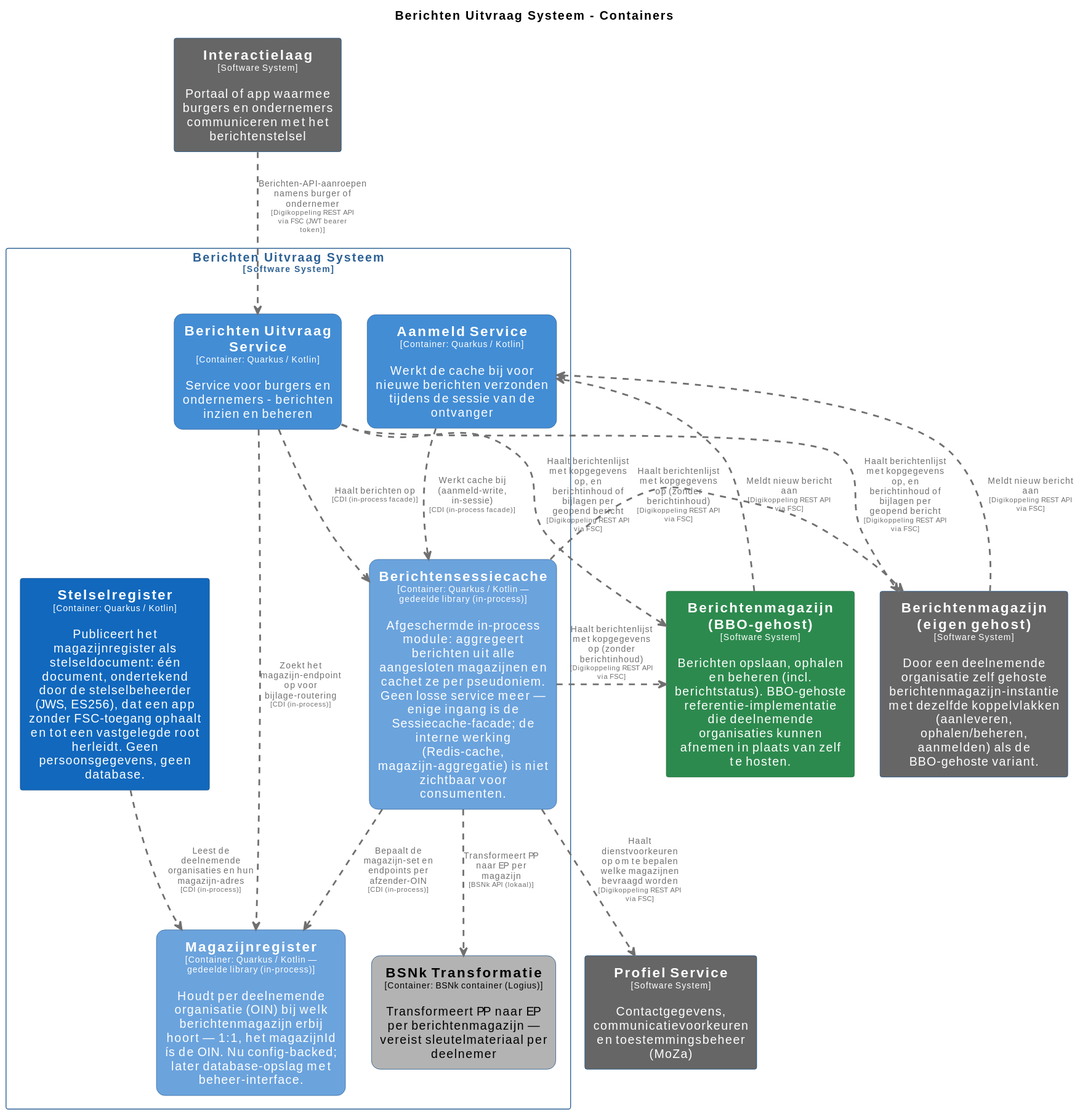
MinBZK/moza-poc-fbs-berichtenbox keeps this PlantUML diagram as pr-preview/pr-361/master/svg/BerichtenUitvraagSysteemContainers.svg. Above is the earlier version. Its source is kept beside it as pr-preview/pr-361/master/puml/BerichtenUitvraagSysteemContainers.puml. Its diagram source:
```plantuml
@startuml
set separator none
title Berichten Uitvraag Systeem - Containers

top to bottom direction
skinparam ranksep 60
skinparam nodesep 30

skinparam {
  arrowFontSize 10
  defaultTextAlignment center
  wrapWidth 200
  maxMessageSize 100
}

hide stereotype

skinparam rectangle<<BerichtenUitvraagSysteem.AanmeldService>> {
  BackgroundColor #438dd5
  FontColor #ffffff
  BorderColor #2e6295
  roundCorner 20
  shadowing false
}
skinparam rectangle<<BerichtenUitvraagSysteem.BSNkTransformatie>> {
  BackgroundColor #b3b3b3
  FontColor #000000
  BorderColor #0b4884
  roundCorner 20
  shadowing false
}
skinparam rectangle<<BerichtenUitvraagSysteem.BerichtenUitvraagService>> {
  BackgroundColor #438dd5
  FontColor #ffffff
  BorderColor #2e6295
  roundCorner 20
  shadowing false
}
skinparam rectangle<<BerichtenmagazijnBBOgehost>> {
  BackgroundColor #2d8a4e
  FontColor #ffffff
  BorderColor #1e6b38
  shadowing false
}
skinparam rectangle<<Berichtenmagazijneigengehost>> {
  BackgroundColor #666666
  FontColor #ffffff
  BorderColor #0b4884
  shadowing false
}
skinparam rectangle<<BerichtenUitvraagSysteem.Berichtensessiecache>> {
  BackgroundColor #6ba3dd
  FontColor #ffffff
  BorderColor #2e6295
  roundCorner 20
  shadowing false
}
skinparam rectangle<<Interactielaag>> {
  BackgroundColor #666666
  FontColor #ffffff
  BorderColor #0b4884
  shadowing false
}
skinparam rectangle<<BerichtenUitvraagSysteem.Magazijnregister>> {
  BackgroundColor #6ba3dd
  FontColor #ffffff
  BorderColor #2e6295
  roundCorner 20
  shadowing false
}
skinparam rectangle<<ProfielService>> {
  BackgroundColor #666666
  FontColor #ffffff
  BorderColor #0b4884
  shadowing false
}
skinparam rectangle<<BerichtenUitvraagSysteem.Stelselregister>> {
  BackgroundColor #1168bd
  FontColor #ffffff
  BorderColor #0b4884
  shadowing false
}
skinparam rectangle<<BerichtenUitvraagSysteem>> {
  BorderColor #2e6295
  FontColor #2e6295
  shadowing false
}

rectangle "==Profiel Service\n<size:10>[Software System]</size>\n\nContactgegevens, communicatievoorkeuren en toestemmingsbeheer (MoZa)" <<ProfielService>> as ProfielService
rectangle "==Interactielaag\n<size:10>[Software System]</size>\n\nPortaal of app waarmee burgers en ondernemers communiceren met het berichtenstelsel" <<Interactielaag>> as Interactielaag
rectangle "==Berichtenmagazijn (eigen gehost)\n<size:10>[Software System]</size>\n\nDoor een deelnemende organisatie zelf gehoste berichtenmagazijn-instantie met dezelfde koppelvlakken (aanleveren, ophalen/beheren, aanmelden) als de BBO-gehoste variant." <<Berichtenmagazijneigengehost>> as Berichtenmagazijneigengehost
rectangle "==Berichtenmagazijn (BBO-gehost)\n<size:10>[Software System]</size>\n\nBerichten opslaan, ophalen en beheren (incl. berichtstatus). BBO-gehoste referentie-implementatie die deelnemende organisaties kunnen afnemen in plaats van zelf te hosten." <<BerichtenmagazijnBBOgehost>> as BerichtenmagazijnBBOgehost

rectangle "Berichten Uitvraag Systeem\n<size:10>[Software System]</size>" <<BerichtenUitvraagSysteem>> {
  rectangle "==Berichtensessiecache\n<size:10>[Container: Quarkus / Kotlin — gedeelde library (in-process)]</size>\n\nAfgeschermde in-process module: aggregeert berichten uit alle aangesloten magazijnen en cachet ze per pseudoniem. Geen losse service meer — enige ingang is de Sessiecache-facade; de interne werking (Redis-cache, magazijn-aggregatie) is niet zichtbaar voor consumenten." <<BerichtenUitvraagSysteem.Berichtensessiecache>> as BerichtenUitvraagSysteem.Berichtensessiecache
  rectangle "==Berichten Uitvraag Service\n<size:10>[Container: Quarkus / Kotlin]</size>\n\nService voor burgers en ondernemers - berichten inzien en beheren" <<BerichtenUitvraagSysteem.BerichtenUitvraagService>> as BerichtenUitvraagSysteem.BerichtenUitvraagService
  rectangle "==BSNk Transformatie\n<size:10>[Container: BSNk container (Logius)]</size>\n\nTransformeert PP naar EP per berichtenmagazijn — vereist sleutelmateriaal per deelnemer" <<BerichtenUitvraagSysteem.BSNkTransformatie>> as BerichtenUitvraagSysteem.BSNkTransformatie
  rectangle "==Aanmeld Service\n<size:10>[Container: Quarkus / Kotlin]</size>\n\nWerkt de cache bij voor nieuwe berichten verzonden tijdens de sessie van de ontvanger" <<BerichtenUitvraagSysteem.AanmeldService>> as BerichtenUitvraagSysteem.AanmeldService
  rectangle "==Magazijnregister\n<size:10>[Container: Quarkus / Kotlin — gedeelde library (in-process)]</size>\n\nHoudt per deelnemende organisatie (OIN) bij welk berichtenmagazijn erbij hoort — 1:1, het magazijnId ís de OIN. Nu config-backed; later database-opslag met beheer-interface." <<BerichtenUitvraagSysteem.Magazijnregister>> as BerichtenUitvraagSysteem.Magazijnregister
  rectangle "==Stelselregister\n<size:10>[Container: Quarkus / Kotlin]</size>\n\nPubliceert het magazijnregister als stelseldocument: één document, ondertekend door de stelselbeheerder (JWS, ES256), dat een app zonder FSC-toegang ophaalt en tot een vastgelegde root herleidt. Geen persoonsgegevens, geen database." <<BerichtenUitvraagSysteem.Stelselregister>> as BerichtenUitvraagSysteem.Stelselregister
}

Interactielaag .[#707070,thickness=2].> BerichtenUitvraagSysteem.BerichtenUitvraagService : "<color:#707070>Berichten-API-aanroepen namens burger of ondernemer\n<color:#707070><size:8>[Digikoppeling REST API via FSC (JWT bearer token)]</size>"
BerichtenUitvraagSysteem.BerichtenUitvraagService .[#707070,thickness=2].> BerichtenmagazijnBBOgehost : "<color:#707070>Haalt berichtenlijst met kopgegevens op, en berichtinhoud of bijlagen per geopend bericht\n<color:#707070><size:8>[Digikoppeling REST API via FSC]</size>"
BerichtenmagazijnBBOgehost .[#707070,thickness=2].> BerichtenUitvraagSysteem.AanmeldService : "<color:#707070>Meldt nieuw bericht aan\n<color:#707070><size:8>[Digikoppeling REST API via FSC]</size>"
BerichtenUitvraagSysteem.BerichtenUitvraagService .[#707070,thickness=2].> Berichtenmagazijneigengehost : "<color:#707070>Haalt berichtenlijst met kopgegevens op, en berichtinhoud of bijlagen per geopend bericht\n<color:#707070><size:8>[Digikoppeling REST API via FSC]</size>"
BerichtenUitvraagSysteem.Berichtensessiecache .[#707070,thickness=2].> Berichtenmagazijneigengehost : "<color:#707070>Haalt berichtenlijst met kopgegevens op (zonder berichtinhoud)\n<color:#707070><size:8>[Digikoppeling REST API via FSC]</size>"
Berichtenmagazijneigengehost .[#707070,thickness=2].> BerichtenUitvraagSysteem.AanmeldService : "<color:#707070>Meldt nieuw bericht aan\n<color:#707070><size:8>[Digikoppeling REST API via FSC]</size>"
BerichtenUitvraagSysteem.Berichtensessiecache .[#707070,thickness=2].> ProfielService : "<color:#707070>Haalt dienstvoorkeuren op om te bepalen welke magazijnen bevraagd worden\n<color:#707070><size:8>[Digikoppeling REST API via FSC]</size>"
BerichtenUitvraagSysteem.Berichtensessiecache .[#707070,thickness=2].> BerichtenmagazijnBBOgehost : "<color:#707070>Haalt berichtenlijst met kopgegevens op (zonder berichtinhoud)\n<color:#707070><size:8>[Digikoppeling REST API via FSC]</size>"
BerichtenUitvraagSysteem.Stelselregister .[#707070,thickness=2].> BerichtenUitvraagSysteem.Magazijnregister : "<color:#707070>Leest de deelnemende organisaties en hun magazijn-adres\n<color:#707070><size:8>[CDI (in-process)]</size>"
BerichtenUitvraagSysteem.Berichtensessiecache .[#707070,thickness=2].> BerichtenUitvraagSysteem.BSNkTransformatie : "<color:#707070>Transformeert PP naar EP per magazijn\n<color:#707070><size:8>[BSNk API (lokaal)]</size>"
BerichtenUitvraagSysteem.AanmeldService .[#707070,thickness=2].> BerichtenUitvraagSysteem.Berichtensessiecache : "<color:#707070>Werkt cache bij (aanmeld-write, in-sessie)\n<color:#707070><size:8>[CDI (in-process facade)]</size>"
BerichtenUitvraagSysteem.BerichtenUitvraagService .[#707070,thickness=2].> BerichtenUitvraagSysteem.Berichtensessiecache : "<color:#707070>Haalt berichten op\n<color:#707070><size:8>[CDI (in-process facade)]</size>"
BerichtenUitvraagSysteem.Berichtensessiecache .[#707070,thickness=2].> BerichtenUitvraagSysteem.Magazijnregister : "<color:#707070>Bepaalt de magazijn-set en endpoints per afzender-OIN\n<color:#707070><size:8>[CDI (in-process)]</size>"
BerichtenUitvraagSysteem.BerichtenUitvraagService .[#707070,thickness=2].> BerichtenUitvraagSysteem.Magazijnregister : "<color:#707070>Zoekt het magazijn-endpoint op voor bijlage-routering\n<color:#707070><size:8>[CDI (in-process)]</size>"
@enduml
```
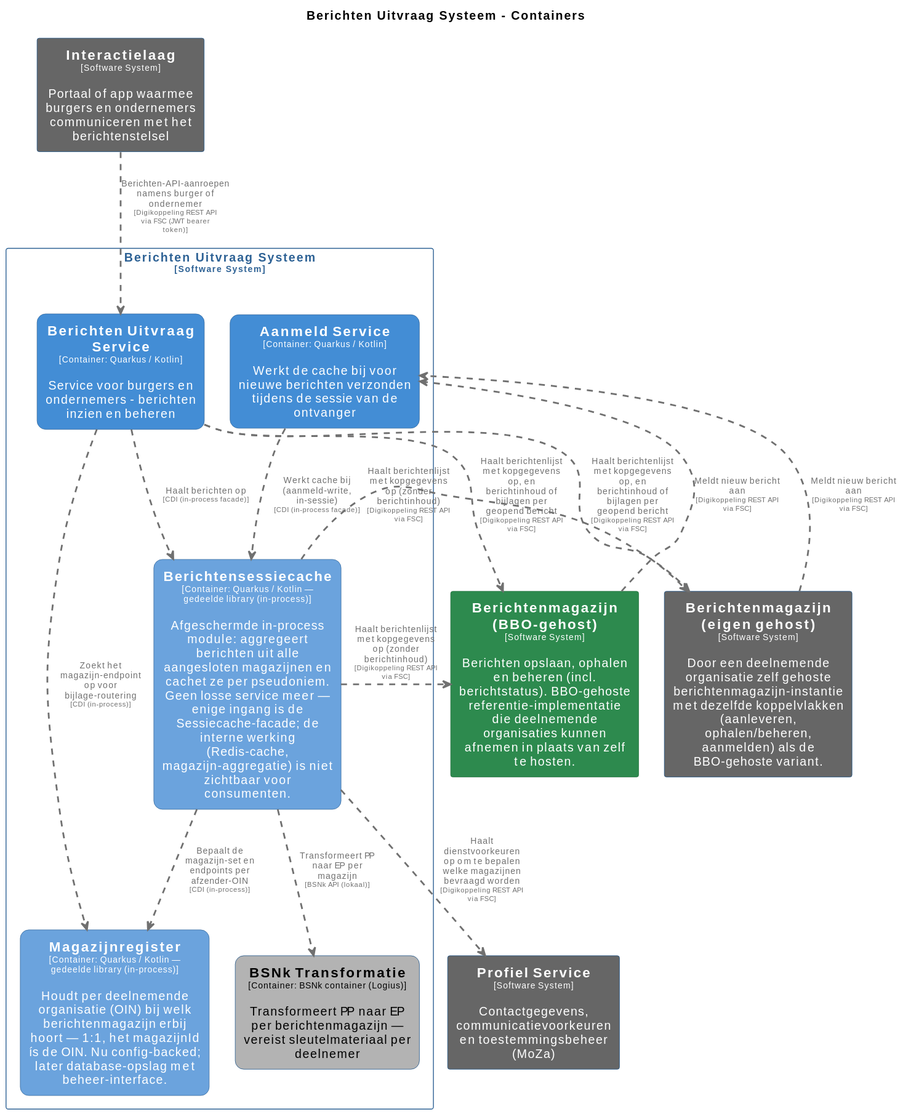
After the commit.

Change to the diagram source:
```diff
@@ -74,12 +74,6 @@
   BorderColor #0b4884
   shadowing false
 }
-skinparam rectangle<<BerichtenUitvraagSysteem.Stelselregister>> {
-  BackgroundColor #1168bd
-  FontColor #ffffff
-  BorderColor #0b4884
-  shadowing false
-}
 skinparam rectangle<<BerichtenUitvraagSysteem>> {
   BorderColor #2e6295
   FontColor #2e6295
@@ -97,7 +91,6 @@
   rectangle "==BSNk Transformatie\n<size:10>[Container: BSNk container (Logius)]</size>\n\nTransformeert PP naar EP per berichtenmagazijn — vereist sleutelmateriaal per deelnemer" <<BerichtenUitvraagSysteem.BSNkTransformatie>> as BerichtenUitvraagSysteem.BSNkTransformatie
   rectangle "==Aanmeld Service\n<size:10>[Container: Quarkus / Kotlin]</size>\n\nWerkt de cache bij voor nieuwe berichten verzonden tijdens de sessie van de ontvanger" <<BerichtenUitvraagSysteem.AanmeldService>> as BerichtenUitvraagSysteem.AanmeldService
   rectangle "==Magazijnregister\n<size:10>[Container: Quarkus / Kotlin — gedeelde library (in-process)]</size>\n\nHoudt per deelnemende organisatie (OIN) bij welk berichtenmagazijn erbij hoort — 1:1, het magazijnId ís de OIN. Nu config-backed; later database-opslag met beheer-interface." <<BerichtenUitvraagSysteem.Magazijnregister>> as BerichtenUitvraagSysteem.Magazijnregister
-  rectangle "==Stelselregister\n<size:10>[Container: Quarkus / Kotlin]</size>\n\nPubliceert het magazijnregister als stelseldocument: één document, ondertekend door de stelselbeheerder (JWS, ES256), dat een app zonder FSC-toegang ophaalt en tot een vastgelegde root herleidt. Geen persoonsgegevens, geen database." <<BerichtenUitvraagSysteem.Stelselregister>> as BerichtenUitvraagSysteem.Stelselregister
 }
 
 Interactielaag .[#707070,thickness=2].> BerichtenUitvraagSysteem.BerichtenUitvraagService : "<color:#707070>Berichten-API-aanroepen namens burger of ondernemer\n<color:#707070><size:8>[Digikoppeling REST API via FSC (JWT bearer token)]</size>"
@@ -108,7 +101,6 @@
 Berichtenmagazijneigengehost .[#707070,thickness=2].> BerichtenUitvraagSysteem.AanmeldService : "<color:#707070>Meldt nieuw bericht aan\n<color:#707070><size:8>[Digikoppeling REST API via FSC]</size>"
 BerichtenUitvraagSysteem.Berichtensessiecache .[#707070,thickness=2].> ProfielService : "<color:#707070>Haalt dienstvoorkeuren op om te bepalen welke magazijnen bevraagd worden\n<color:#707070><size:8>[Digikoppeling REST API via FSC]</size>"
 BerichtenUitvraagSysteem.Berichtensessiecache .[#707070,thickness=2].> BerichtenmagazijnBBOgehost : "<color:#707070>Haalt berichtenlijst met kopgegevens op (zonder berichtinhoud)\n<color:#707070><size:8>[Digikoppeling REST API via FSC]</size>"
-BerichtenUitvraagSysteem.Stelselregister .[#707070,thickness=2].> BerichtenUitvraagSysteem.Magazijnregister : "<color:#707070>Leest de deelnemende organisaties en hun magazijn-adres\n<color:#707070><size:8>[CDI (in-process)]</size>"
 BerichtenUitvraagSysteem.Berichtensessiecache .[#707070,thickness=2].> BerichtenUitvraagSysteem.BSNkTransformatie : "<color:#707070>Transformeert PP naar EP per magazijn\n<color:#707070><size:8>[BSNk API (lokaal)]</size>"
 BerichtenUitvraagSysteem.AanmeldService .[#707070,thickness=2].> BerichtenUitvraagSysteem.Berichtensessiecache : "<color:#707070>Werkt cache bij (aanmeld-write, in-sessie)\n<color:#707070><size:8>[CDI (in-process facade)]</size>"
 BerichtenUitvraagSysteem.BerichtenUitvraagService .[#707070,thickness=2].> BerichtenUitvraagSysteem.Berichtensessiecache : "<color:#707070>Haalt berichten op\n<color:#707070><size:8>[CDI (in-process facade)]</size>"
```
